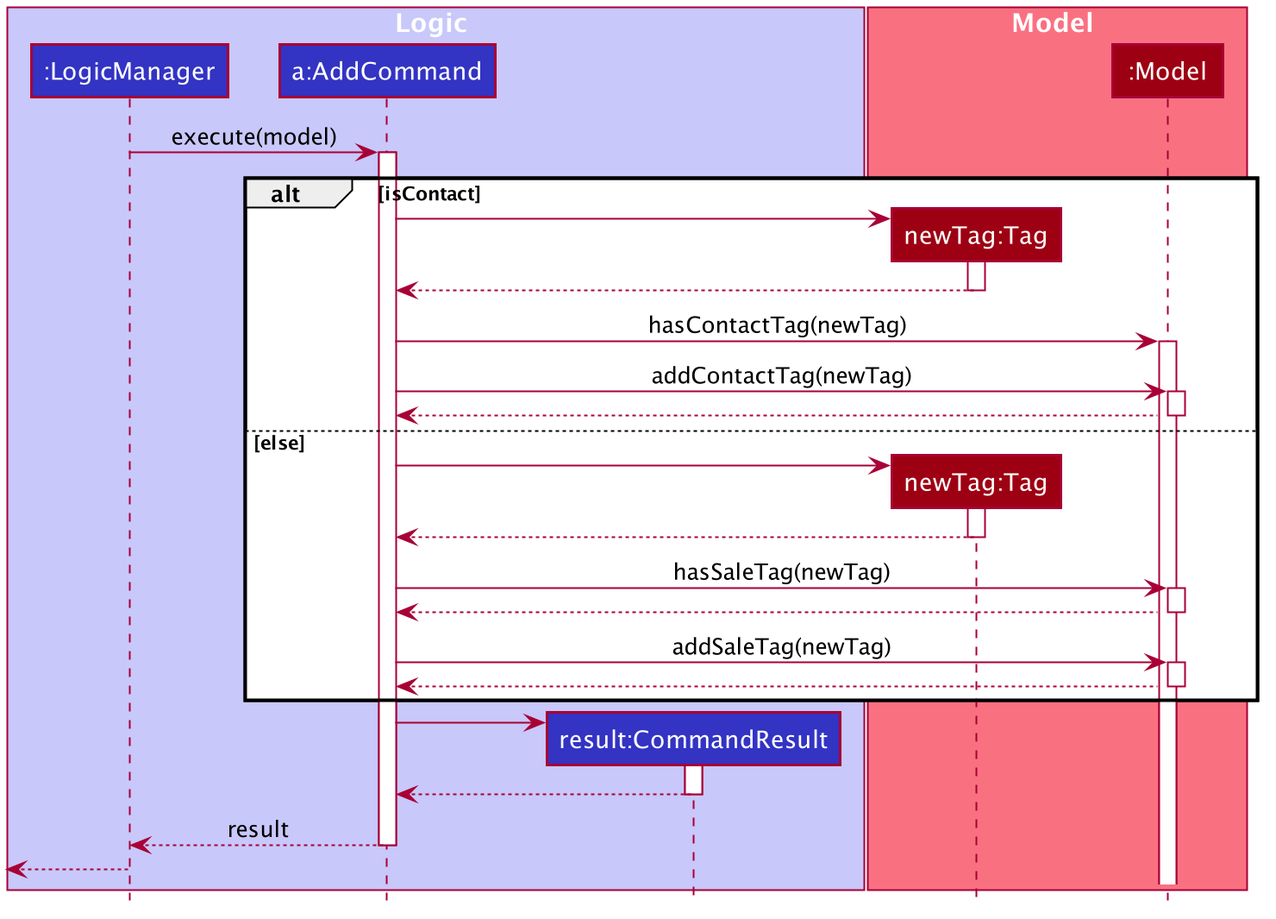
The PlantUML diagram docs/images/TagExecuteAddSequenceDiagram.png in sebastiantoh/tp, before a commit.
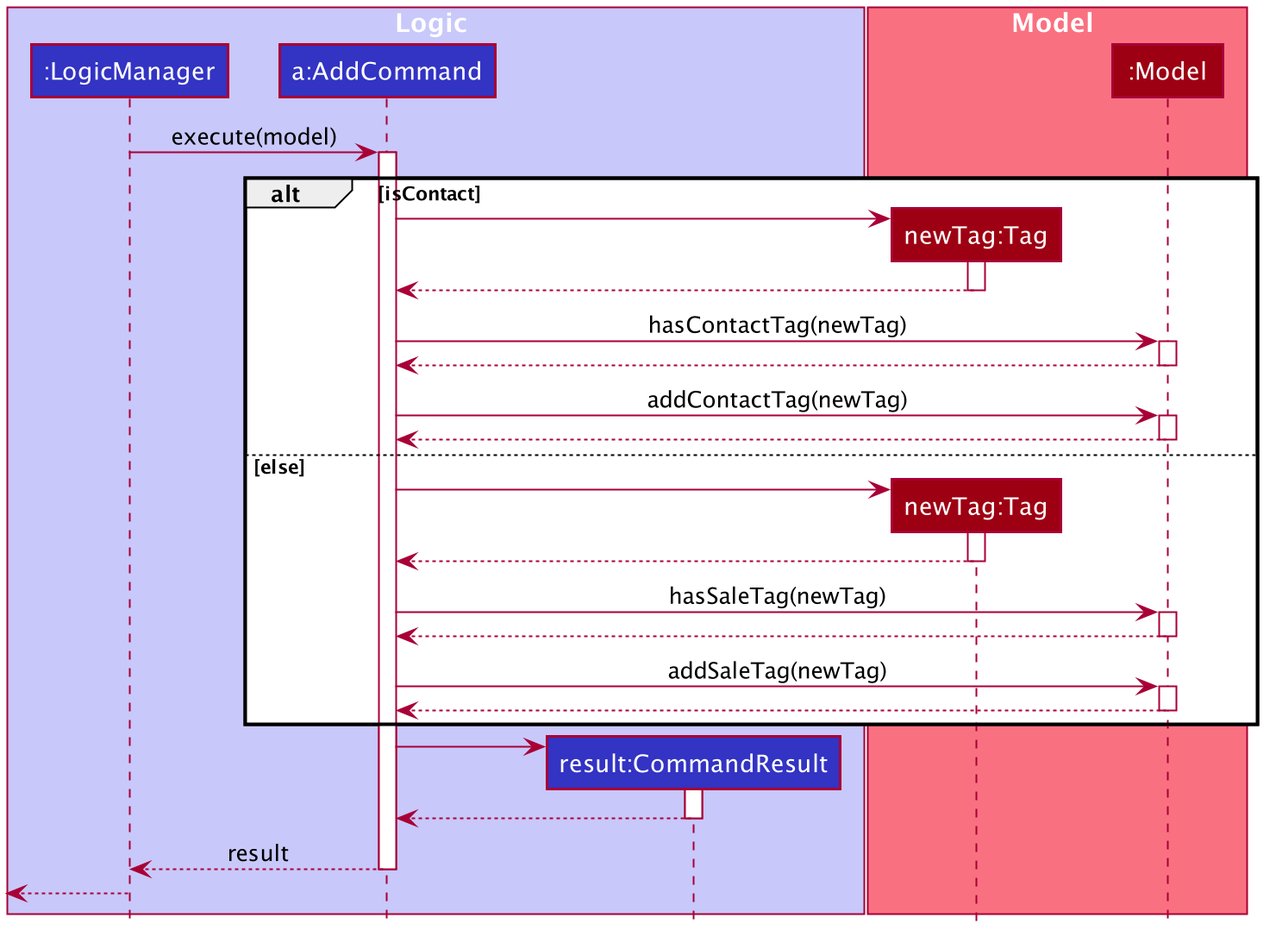
The same diagram one commit later.

Commit message:
Fix tag sequence diagram model

What changed in the source:
```diff
@@ -76,6 +76,9 @@
     AddCommand -> Model : hasContactTag(newTag)
     activate Model
 
+    Model --> AddCommand
+    deactivate Model
+
     AddCommand -> Model : addContactTag(newTag)
     activate Model
 
```
